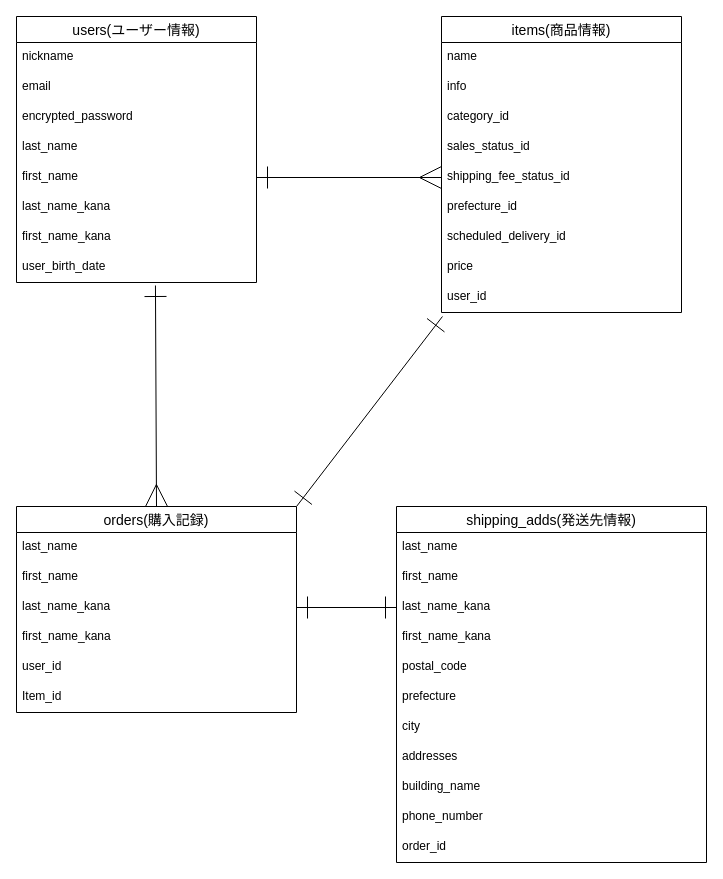
Earlier version of the draw.io diagram ERzu.dio (kento29/furima-39015). Source tidied: cells renumbered, new cells numbered last; positions are measured from the earlier drawing's top-left corner, leaving out a move shared by most shapes. Both pictures are drawn from the tidied source at 100%, with x=0, y=0 at pixel (16, 16).
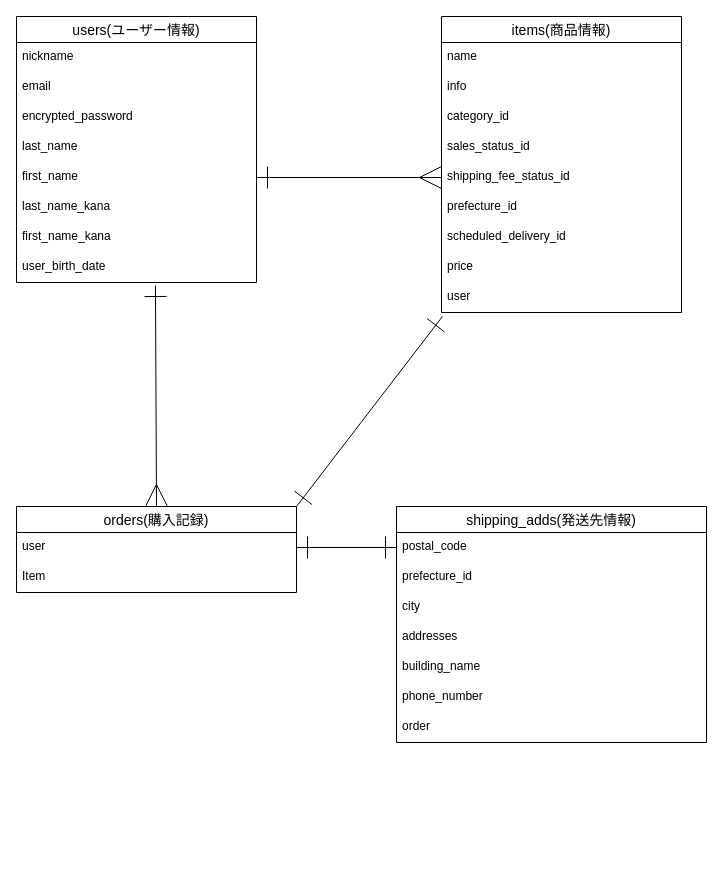
After the change.

Commit message (it also covers changes not shown here):
データベース設計（再々）

The change refers to these unchanged cells:
```xml
<mxCell id="11" value="items(商品情報)" style="swimlane;fontStyle=0;horizontal=1;startSize=26;align=center;fontSize=14;" parent="1" vertex="1">
  <mxGeometry x="425" width="240" height="296" as="geometry" />
</mxCell>
```

Change to the diagram source:
```diff
@@
-    <mxCell id="20" value="user_id" style="text;strokeColor=none;fillColor=none;spacingLeft=4;spacingRight=4;overflow=hidden;points=[[0,0.5],[1,0.5]];portConstraint=eastwest;fontSize=12;" parent="11" vertex="1">
+    <mxCell id="20" value="user" style="text;strokeColor=none;fillColor=none;spacingLeft=4;spacingRight=4;overflow=hidden;points=[[0,0.5],[1,0.5]];portConstraint=eastwest;fontSize=12;" parent="11" vertex="1">
       <mxGeometry y="266" width="240" height="30" as="geometry" />
     </mxCell>
@@
     <mxCell id="23" value="orders(購入記録)" style="swimlane;fontStyle=0;horizontal=1;startSize=26;align=center;fontSize=14;" parent="1" vertex="1">
-      <mxGeometry y="490" width="280" height="206" as="geometry" />
+      <mxGeometry y="490" width="280" height="86" as="geometry" />
     </mxCell>
-    <mxCell id="24" value="last_name" style="text;strokeColor=none;fillColor=none;spacingLeft=4;spacingRight=4;overflow=hidden;fontSize=12;" parent="23" vertex="1">
-      <mxGeometry y="26" width="280" height="30" as="geometry" />
-    </mxCell>
-    <mxCell id="25" value="first_name" style="text;strokeColor=none;fillColor=none;spacingLeft=4;spacingRight=4;overflow=hidden;fontSize=12;" parent="23" vertex="1">
-      <mxGeometry y="56" width="280" height="30" as="geometry" />
-    </mxCell>
-    <mxCell id="26" value="last_name_kana" style="text;strokeColor=none;fillColor=none;spacingLeft=4;spacingRight=4;overflow=hidden;points=[[0,0.5],[1,0.5]];portConstraint=eastwest;fontSize=12;" parent="23" vertex="1">
-      <mxGeometry y="86" width="280" height="30" as="geometry" />
-    </mxCell>
-    <mxCell id="27" value="first_name_kana" style="text;strokeColor=none;fillColor=none;spacingLeft=4;spacingRight=4;overflow=hidden;fontSize=12;" parent="23" vertex="1">
-      <mxGeometry y="116" width="280" height="30" as="geometry" />
-    </mxCell>
-    <mxCell id="28" value="user_id" style="text;strokeColor=none;fillColor=none;spacingLeft=4;spacingRight=4;overflow=hidden;fontSize=12;" parent="23" vertex="1">
-      <mxGeometry y="146" width="280" height="30" as="geometry" />
+    <mxCell id="28" value="user" style="text;strokeColor=none;fillColor=none;spacingLeft=4;spacingRight=4;overflow=hidden;fontSize=12;" parent="23" vertex="1">
+      <mxGeometry y="26" width="280" height="30" as="geometry" />
     </mxCell>
-    <mxCell id="29" value="Item_id" style="text;strokeColor=none;fillColor=none;spacingLeft=4;spacingRight=4;overflow=hidden;fontSize=12;" parent="23" vertex="1">
-      <mxGeometry y="176" width="280" height="30" as="geometry" />
+    <mxCell id="29" value="Item" style="text;strokeColor=none;fillColor=none;spacingLeft=4;spacingRight=4;overflow=hidden;fontSize=12;" parent="23" vertex="1">
+      <mxGeometry y="56" width="280" height="30" as="geometry" />
     </mxCell>
     <mxCell id="30" value="shipping_adds(発送先情報)" style="swimlane;fontStyle=0;horizontal=1;startSize=26;align=center;fontSize=14;" parent="1" vertex="1">
-      <mxGeometry x="380" y="490" width="310" height="356" as="geometry" />
+      <mxGeometry x="380" y="490" width="310" height="236" as="geometry" />
     </mxCell>
-    <mxCell id="31" value="last_name" style="text;strokeColor=none;fillColor=none;spacingLeft=4;spacingRight=4;overflow=hidden;fontSize=12;" parent="30" vertex="1">
-      <mxGeometry y="26" width="310" height="30" as="geometry" />
-    </mxCell>
-    <mxCell id="32" value="first_name" style="text;strokeColor=none;fillColor=none;spacingLeft=4;spacingRight=4;overflow=hidden;fontSize=12;" parent="30" vertex="1">
-      <mxGeometry y="56" width="310" height="30" as="geometry" />
-    </mxCell>
-    <mxCell id="33" value="last_name_kana" style="text;strokeColor=none;fillColor=none;spacingLeft=4;spacingRight=4;overflow=hidden;points=[[0,0.5],[1,0.5]];portConstraint=eastwest;fontSize=12;" parent="30" vertex="1">
-      <mxGeometry y="86" width="310" height="30" as="geometry" />
-    </mxCell>
-    <mxCell id="34" value="first_name_kana" style="text;strokeColor=none;fillColor=none;spacingLeft=4;spacingRight=4;overflow=hidden;fontSize=12;" parent="30" vertex="1">
-      <mxGeometry y="116" width="310" height="30" as="geometry" />
-    </mxCell>
     <mxCell id="35" value="postal_code" style="text;strokeColor=none;fillColor=none;spacingLeft=4;spacingRight=4;overflow=hidden;fontSize=12;" parent="30" vertex="1">
-      <mxGeometry y="146" width="310" height="30" as="geometry" />
+      <mxGeometry y="26" width="310" height="30" as="geometry" />
     </mxCell>
-    <mxCell id="36" value="prefecture" style="text;strokeColor=none;fillColor=none;spacingLeft=4;spacingRight=4;overflow=hidden;fontSize=12;" parent="30" vertex="1">
-      <mxGeometry y="176" width="310" height="30" as="geometry" />
+    <mxCell id="36" value="prefecture_id" style="text;strokeColor=none;fillColor=none;spacingLeft=4;spacingRight=4;overflow=hidden;fontSize=12;" parent="30" vertex="1">
+      <mxGeometry y="56" width="310" height="30" as="geometry" />
     </mxCell>
     <mxCell id="37" value="city" style="text;strokeColor=none;fillColor=none;spacingLeft=4;spacingRight=4;overflow=hidden;fontSize=12;" parent="30" vertex="1">
-      <mxGeometry y="206" width="310" height="30" as="geometry" />
+      <mxGeometry y="86" width="310" height="30" as="geometry" />
     </mxCell>
     <mxCell id="38" value="addresses" style="text;strokeColor=none;fillColor=none;spacingLeft=4;spacingRight=4;overflow=hidden;fontSize=12;" parent="30" vertex="1">
-      <mxGeometry y="236" width="310" height="30" as="geometry" />
+      <mxGeometry y="116" width="310" height="30" as="geometry" />
     </mxCell>
     <mxCell id="39" value="building_name" style="text;strokeColor=none;fillColor=none;spacingLeft=4;spacingRight=4;overflow=hidden;fontSize=12;" parent="30" vertex="1">
-      <mxGeometry y="266" width="310" height="30" as="geometry" />
+      <mxGeometry y="146" width="310" height="30" as="geometry" />
     </mxCell>
     <mxCell id="40" value="phone_number" style="text;strokeColor=none;fillColor=none;spacingLeft=4;spacingRight=4;overflow=hidden;fontSize=12;" parent="30" vertex="1">
-      <mxGeometry y="296" width="310" height="30" as="geometry" />
+      <mxGeometry y="176" width="310" height="30" as="geometry" />
     </mxCell>
-    <mxCell id="41" value="order_id" style="text;strokeColor=none;fillColor=none;spacingLeft=4;spacingRight=4;overflow=hidden;fontSize=12;" parent="30" vertex="1">
-      <mxGeometry y="326" width="310" height="30" as="geometry" />
+    <mxCell id="41" value="order" style="text;strokeColor=none;fillColor=none;spacingLeft=4;spacingRight=4;overflow=hidden;fontSize=12;" parent="30" vertex="1">
+      <mxGeometry y="206" width="310" height="30" as="geometry" />
     </mxCell>
@@
-    <mxCell id="43" style="edgeStyle=none;html=1;exitX=1;exitY=0.5;exitDx=0;exitDy=0;entryX=0;entryY=0.5;entryDx=0;entryDy=0;startArrow=ERone;startFill=0;endArrow=ERone;endFill=0;startSize=20;endSize=20;" parent="1" edge="1" source="26" target="33">
-      <mxGeometry relative="1" as="geometry" />
+    <mxCell id="43" style="edgeStyle=none;html=1;exitX=1;exitY=0.5;exitDx=0;exitDy=0;entryX=0;entryY=0.5;entryDx=0;entryDy=0;startArrow=ERone;startFill=0;endArrow=ERone;endFill=0;startSize=20;endSize=20;" parent="1" edge="1">
+      <mxGeometry relative="1" as="geometry">
+        <mxPoint x="280" y="531" as="sourcePoint" />
+        <mxPoint x="380" y="531" as="targetPoint" />
+      </mxGeometry>
     </mxCell>
```
